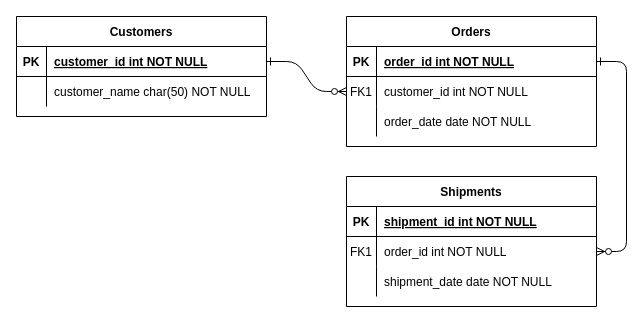
The draw.io diagram YoutubeER/제목 없는 다이어그램.drawio in ljs7143/DataBase-, before the edit. Source tidied: cells renumbered, new cells numbered last; positions are measured from the earlier drawing's top-left corner, leaving out a move shared by most shapes. Both pictures are drawn from the tidied source at 100%, with x=0, y=0 at pixel (16, 16).
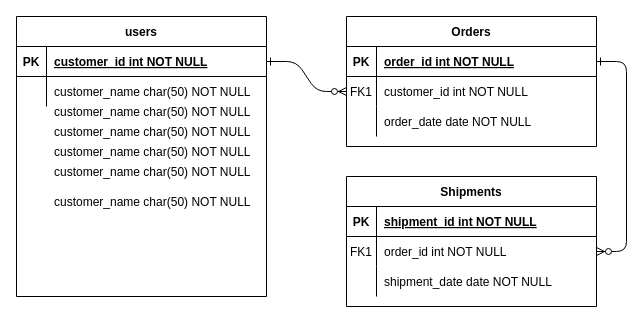
The same page after the edit.

Diff of the diagram source:
```diff
@@
-    <mxCell id="24" value="Customers" style="shape=table;startSize=30;childLayout=tableLayout;rowLines=0;fontStyle=1;align=center;" parent="1" vertex="1">
-      <mxGeometry width="250" height="100" as="geometry" />
+    <mxCell id="24" value="users" style="shape=table;startSize=30;childLayout=tableLayout;rowLines=0;fontStyle=1;align=center;" parent="1" vertex="1">
+      <mxGeometry width="250" height="280" as="geometry" />
     </mxCell>
@@
+    <mxCell id="31" value="customer_name char(50) NOT NULL" style="shape=partialRectangle;overflow=hidden;fillColor=none;top=0;left=0;bottom=0;right=0;align=left;spacingLeft=6;" parent="1" vertex="1">
+      <mxGeometry x="30" y="80" width="220" height="30" as="geometry" />
+    </mxCell>
+    <mxCell id="32" value="customer_name char(50) NOT NULL" style="shape=partialRectangle;overflow=hidden;fillColor=none;top=0;left=0;bottom=0;right=0;align=left;spacingLeft=6;" parent="1" vertex="1">
+      <mxGeometry x="30" y="100" width="220" height="30" as="geometry" />
+    </mxCell>
+    <mxCell id="33" value="customer_name char(50) NOT NULL" style="shape=partialRectangle;overflow=hidden;fillColor=none;top=0;left=0;bottom=0;right=0;align=left;spacingLeft=6;" parent="1" vertex="1">
+      <mxGeometry x="30" y="120" width="220" height="30" as="geometry" />
+    </mxCell>
+    <mxCell id="34" value="customer_name char(50) NOT NULL" style="shape=partialRectangle;overflow=hidden;fillColor=none;top=0;left=0;bottom=0;right=0;align=left;spacingLeft=6;" parent="1" vertex="1">
+      <mxGeometry x="30" y="140" width="220" height="30" as="geometry" />
+    </mxCell>
+    <mxCell id="35" value="customer_name char(50) NOT NULL" style="shape=partialRectangle;overflow=hidden;fillColor=none;top=0;left=0;bottom=0;right=0;align=left;spacingLeft=6;" parent="1" vertex="1">
+      <mxGeometry x="30" y="170" width="220" height="30" as="geometry" />
+    </mxCell>
```
